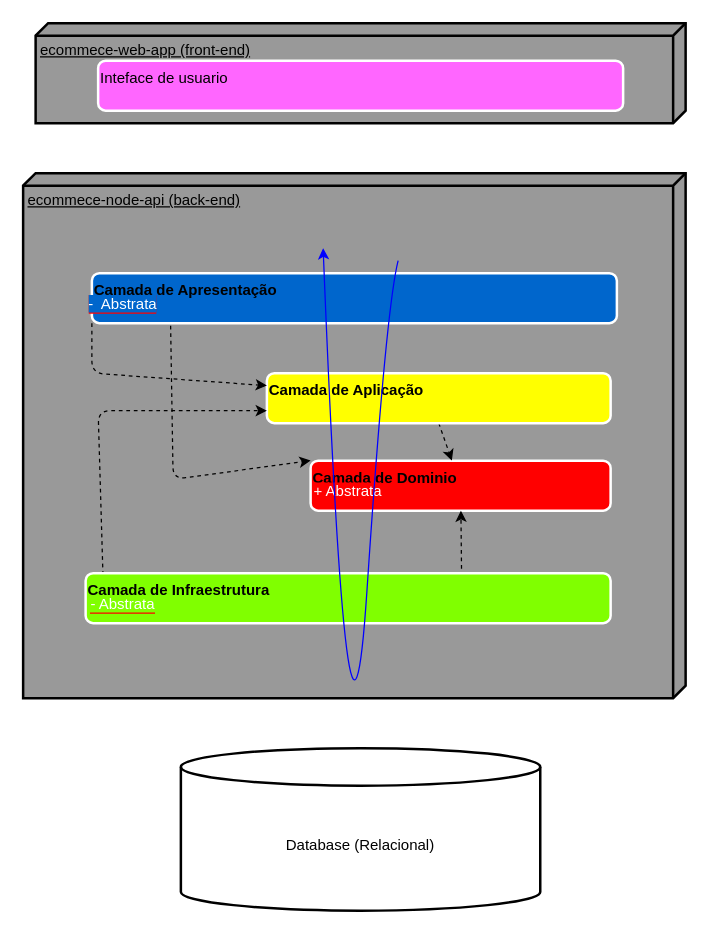
Before: page "Arquitetura em Camadas" (1 of 2) of requirements/ecommerce-arquitetura.drawio in JoaoVitorHipolito/ecommerce-node-api, a draw.io diagram. Source tidied: cells renumbered, new cells numbered last; positions are measured from the earlier drawing's top-left corner, leaving out a move shared by most shapes. Both pictures are drawn from the tidied source at 125%, with x=0, y=0 at pixel (22, 22).
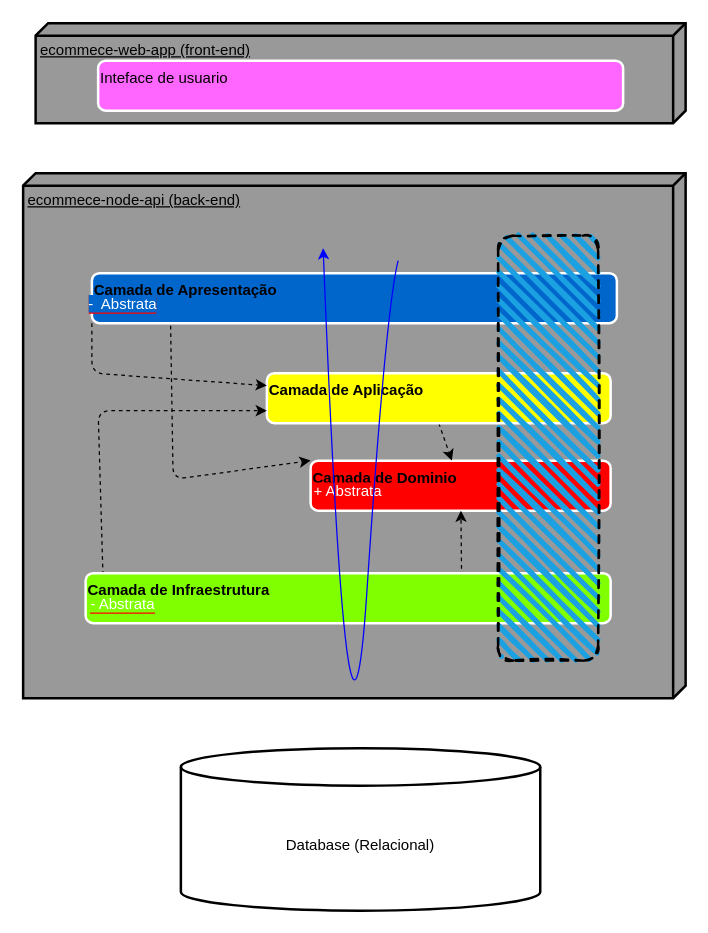
The same page after the edit.

Commit message:
parte15-hexagon

What changed in the source:
```diff
@@
+    <mxCell id="19" style="rounded=1;whiteSpace=wrap;html=1;strokeWidth=2;fillWeight=4;hachureGap=8;hachureAngle=45;fillColor=#1ba1e2;sketch=1;dashed=1;strokeColor=#000000;fontColor=#000000;" parent="1" vertex="1">
+      <mxGeometry x="380" y="170" width="80" height="340" as="geometry" />
+    </mxCell>
```
